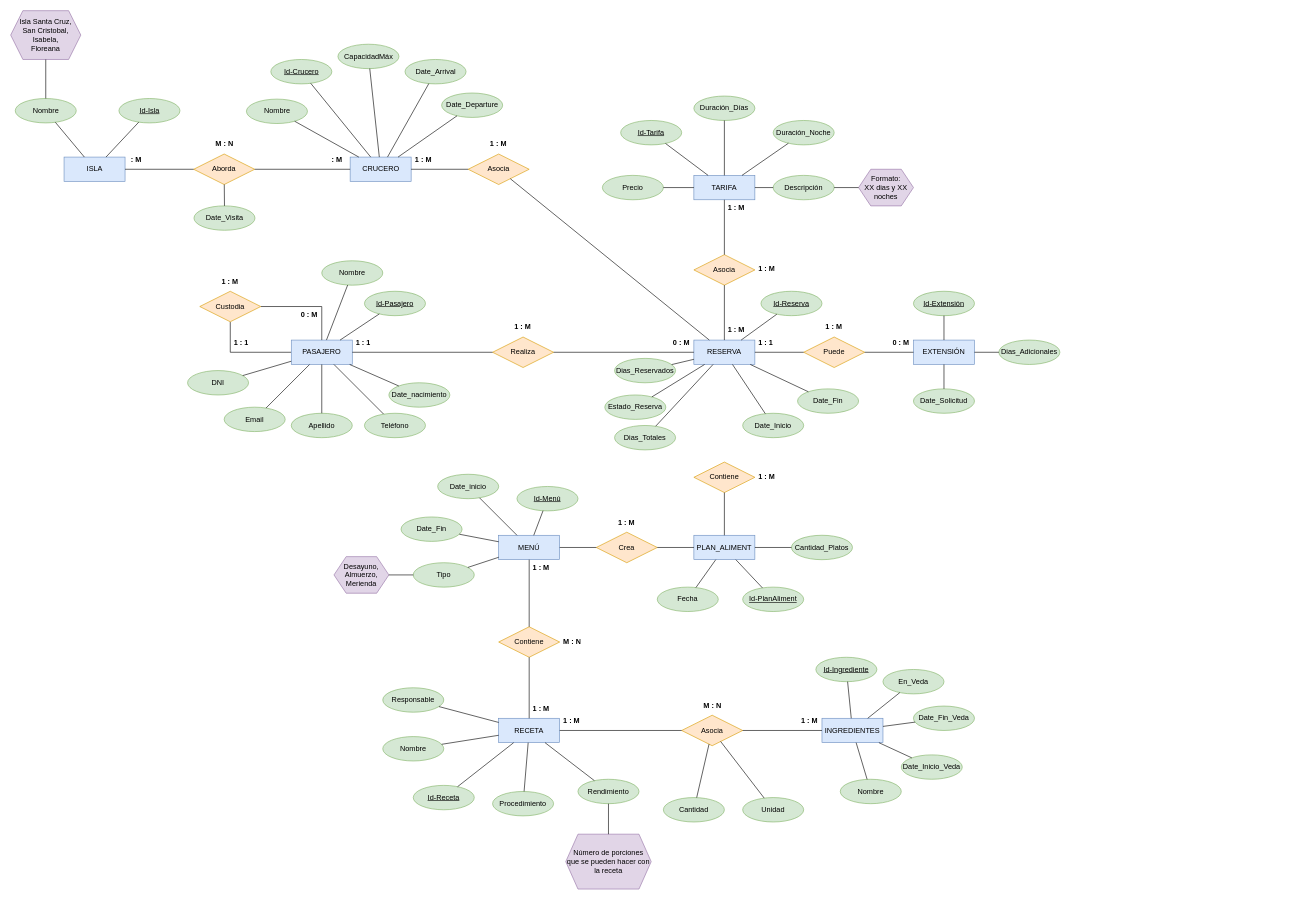
Before: Progreso_2/Consigna_P1_Correcion_V2.drawio in AngelDavidStudios/Diagramas_BdD_1, a draw.io diagram. Source tidied: cells renumbered, new cells numbered last; positions are measured from the earlier drawing's top-left corner, leaving out a move shared by most shapes. Both pictures are drawn from the tidied source at 61%, with x=0, y=0 at pixel (10, 10).
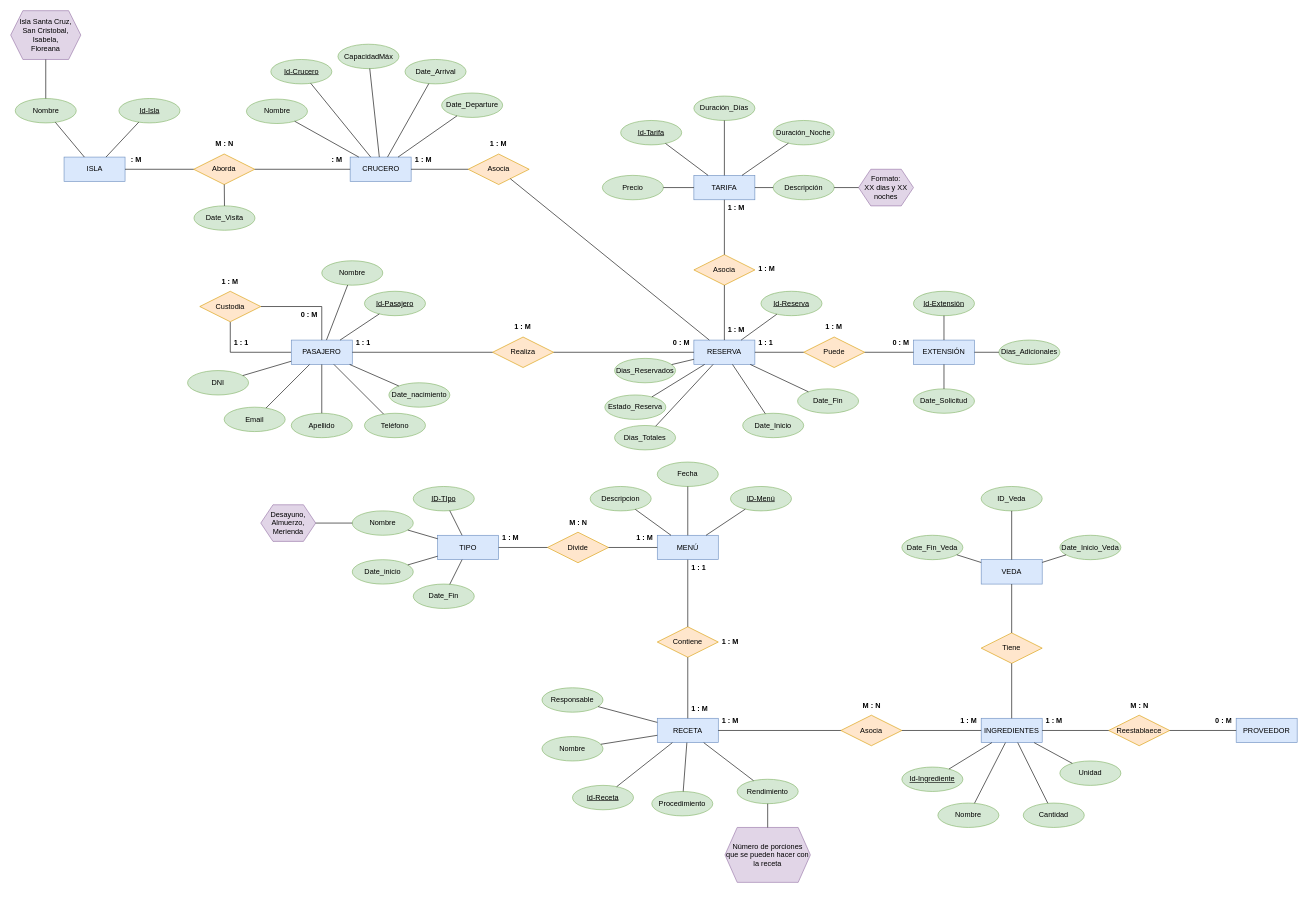
Above is the later version.

Change to the diagram source:
```diff
@@
-    <mxCell id="19" value="Contiene" style="shape=rhombus;perimeter=rhombusPerimeter;whiteSpace=wrap;html=1;align=center;fillColor=#ffe6cc;strokeColor=#d79b00;" parent="1" vertex="1">
-      <mxGeometry x="1120" y="740" width="100" height="50" as="geometry" />
-    </mxCell>
-    <mxCell id="20" value="PLAN_ALIMENT" style="whiteSpace=wrap;html=1;align=center;fillColor=#dae8fc;strokeColor=#6c8ebf;" parent="1" vertex="1">
-      <mxGeometry x="1120" y="860" width="100" height="40" as="geometry" />
-    </mxCell>
-    <mxCell id="21" style="endArrow=none;html=1;rounded=0;" parent="1" edge="1" source="19" target="20">
-      <mxGeometry relative="1" as="geometry" />
-    </mxCell>
-    <mxCell id="22" value="1 : M" style="text;strokeColor=none;fillColor=none;spacingLeft=4;spacingRight=4;overflow=hidden;fontSize=12;whiteSpace=wrap;html=1;fontStyle=1;" parent="1" vertex="1">
-      <mxGeometry x="1220" y="750" width="40" height="30" as="geometry" />
-    </mxCell>
     <mxCell id="23" value="MENÚ" style="whiteSpace=wrap;html=1;align=center;fillColor=#dae8fc;strokeColor=#6c8ebf;" parent="1" vertex="1">
-      <mxGeometry x="800" y="860" width="100" height="40" as="geometry" />
+      <mxGeometry x="1060" y="860" width="100" height="40" as="geometry" />
     </mxCell>
-    <mxCell id="24" value="Crea" style="shape=rhombus;perimeter=rhombusPerimeter;whiteSpace=wrap;html=1;align=center;fillColor=#ffe6cc;strokeColor=#d79b00;" parent="1" vertex="1">
-      <mxGeometry x="960" y="855" width="100" height="50" as="geometry" />
-    </mxCell>
-    <mxCell id="25" style="endArrow=none;html=1;rounded=0;" parent="1" edge="1" source="23" target="24">
-      <mxGeometry relative="1" as="geometry" />
-    </mxCell>
-    <mxCell id="26" style="endArrow=none;html=1;rounded=0;" parent="1" edge="1" source="24" target="20">
-      <mxGeometry relative="1" as="geometry" />
-    </mxCell>
-    <mxCell id="27" value="1 : M" style="text;strokeColor=none;fillColor=none;spacingLeft=4;spacingRight=4;overflow=hidden;fontSize=12;whiteSpace=wrap;html=1;fontStyle=1;" parent="1" vertex="1">
-      <mxGeometry x="990" y="825" width="40" height="30" as="geometry" />
-    </mxCell>
-    <mxCell id="28" value="Date_inicio" style="ellipse;whiteSpace=wrap;html=1;align=center;fillColor=#d5e8d4;strokeColor=#82b366;" parent="1" vertex="1">
-      <mxGeometry x="700" y="760" width="100" height="40" as="geometry" />
+    <mxCell id="28" value="Fecha" style="ellipse;whiteSpace=wrap;html=1;align=center;fillColor=#d5e8d4;strokeColor=#82b366;" parent="1" vertex="1">
+      <mxGeometry x="1060" y="740" width="100" height="40" as="geometry" />
     </mxCell>
-    <mxCell id="29" value="Date_Fin" style="ellipse;whiteSpace=wrap;html=1;align=center;fillColor=#d5e8d4;strokeColor=#82b366;" parent="1" vertex="1">
-      <mxGeometry x="640" y="830" width="100" height="40" as="geometry" />
+    <mxCell id="29" value="Descripcion" style="ellipse;whiteSpace=wrap;html=1;align=center;fillColor=#d5e8d4;strokeColor=#82b366;" parent="1" vertex="1">
+      <mxGeometry x="950" y="780" width="100" height="40" as="geometry" />
     </mxCell>
-    <mxCell id="30" value="Id-Menú" style="ellipse;whiteSpace=wrap;html=1;align=center;fontStyle=4;fillColor=#d5e8d4;strokeColor=#82b366;" parent="1" vertex="1">
-      <mxGeometry x="830" y="780" width="100" height="40" as="geometry" />
+    <mxCell id="30" value="ID-Menú" style="ellipse;whiteSpace=wrap;html=1;align=center;fontStyle=4;fillColor=#d5e8d4;strokeColor=#82b366;" parent="1" vertex="1">
+      <mxGeometry x="1180" y="780" width="100" height="40" as="geometry" />
     </mxCell>
@@
-    <mxCell id="34" value="Tipo" style="ellipse;whiteSpace=wrap;html=1;align=center;fillColor=#d5e8d4;strokeColor=#82b366;" parent="1" vertex="1">
-      <mxGeometry x="660" y="905" width="100" height="40" as="geometry" />
-    </mxCell>
-    <mxCell id="35" style="endArrow=none;html=1;rounded=0;" parent="1" edge="1" source="34" target="23">
-      <mxGeometry relative="1" as="geometry" />
-    </mxCell>
     <mxCell id="36" value="Desayuno,&lt;div&gt;Almuerzo,&lt;/div&gt;&lt;div&gt;Merienda&lt;/div&gt;" style="shape=hexagon;perimeter=hexagonPerimeter2;whiteSpace=wrap;html=1;fixedSize=1;fillColor=#e1d5e7;strokeColor=#9673a6;" parent="1" vertex="1">
-      <mxGeometry x="530" y="895" width="90" height="60" as="geometry" />
+      <mxGeometry x="410" y="810" width="90" height="60" as="geometry" />
     </mxCell>
-    <mxCell id="37" style="endArrow=none;html=1;rounded=0;" parent="1" edge="1" source="36" target="34">
-      <mxGeometry relative="1" as="geometry" />
-    </mxCell>
-    <mxCell id="38" value="Id-PlanAliment" style="ellipse;whiteSpace=wrap;html=1;align=center;fontStyle=4;fillColor=#d5e8d4;strokeColor=#82b366;" parent="1" vertex="1">
-      <mxGeometry x="1200" y="945" width="100" height="40" as="geometry" />
-    </mxCell>
-    <mxCell id="39" value="Fecha" style="ellipse;whiteSpace=wrap;html=1;align=center;fillColor=#d5e8d4;strokeColor=#82b366;" parent="1" vertex="1">
-      <mxGeometry x="1060" y="945" width="100" height="40" as="geometry" />
-    </mxCell>
-    <mxCell id="40" style="endArrow=none;html=1;rounded=0;" parent="1" edge="1" source="39" target="20">
-      <mxGeometry relative="1" as="geometry" />
-    </mxCell>
-    <mxCell id="41" style="endArrow=none;html=1;rounded=0;" parent="1" edge="1" source="20" target="38">
-      <mxGeometry relative="1" as="geometry" />
-    </mxCell>
@@
-    <mxCell id="81" value="Cantidad_Platos" style="ellipse;whiteSpace=wrap;html=1;align=center;fillColor=#d5e8d4;strokeColor=#82b366;" parent="1" vertex="1">
-      <mxGeometry x="1280" y="860" width="100" height="40" as="geometry" />
-    </mxCell>
-    <mxCell id="82" style="endArrow=none;html=1;rounded=0;" parent="1" edge="1" source="20" target="81">
-      <mxGeometry relative="1" as="geometry" />
-    </mxCell>
     <mxCell id="83" value="Contiene" style="shape=rhombus;perimeter=rhombusPerimeter;whiteSpace=wrap;html=1;align=center;fillColor=#ffe6cc;strokeColor=#d79b00;" parent="1" vertex="1">
-      <mxGeometry x="800" y="1010" width="100" height="50" as="geometry" />
+      <mxGeometry x="1060" y="1010" width="100" height="50" as="geometry" />
     </mxCell>
     <mxCell id="84" value="RECETA" style="whiteSpace=wrap;html=1;align=center;fillColor=#dae8fc;strokeColor=#6c8ebf;" parent="1" vertex="1">
-      <mxGeometry x="800" y="1160" width="100" height="40" as="geometry" />
+      <mxGeometry x="1060" y="1160" width="100" height="40" as="geometry" />
     </mxCell>
-    <mxCell id="85" value="M : N" style="text;strokeColor=none;fillColor=none;spacingLeft=4;spacingRight=4;overflow=hidden;fontSize=12;whiteSpace=wrap;html=1;fontStyle=1;" parent="1" vertex="1">
-      <mxGeometry x="900" y="1020" width="40" height="30" as="geometry" />
-    </mxCell>
-    <mxCell id="86" style="endArrow=none;html=1;rounded=0;" parent="1" edge="1" source="23" target="83">
-      <mxGeometry relative="1" as="geometry" />
-    </mxCell>
@@
     <mxCell id="88" value="Id-Receta" style="ellipse;whiteSpace=wrap;html=1;align=center;fontStyle=4;fillColor=#d5e8d4;strokeColor=#82b366;" parent="1" vertex="1">
-      <mxGeometry x="660" y="1270" width="100" height="40" as="geometry" />
+      <mxGeometry x="921" y="1270" width="100" height="40" as="geometry" />
     </mxCell>
     <mxCell id="89" value="Responsable" style="ellipse;whiteSpace=wrap;html=1;align=center;fillColor=#d5e8d4;strokeColor=#82b366;" parent="1" vertex="1">
-      <mxGeometry x="610" y="1110" width="100" height="40" as="geometry" />
+      <mxGeometry x="871" y="1110" width="100" height="40" as="geometry" />
     </mxCell>
     <mxCell id="90" value="Nombre" style="ellipse;whiteSpace=wrap;html=1;align=center;fillColor=#d5e8d4;strokeColor=#82b366;" parent="1" vertex="1">
-      <mxGeometry x="610" y="1190" width="100" height="40" as="geometry" />
+      <mxGeometry x="871" y="1190" width="100" height="40" as="geometry" />
     </mxCell>
     <mxCell id="91" value="Procedimiento" style="ellipse;whiteSpace=wrap;html=1;align=center;fillColor=#d5e8d4;strokeColor=#82b366;" parent="1" vertex="1">
-      <mxGeometry x="790" y="1280" width="100" height="40" as="geometry" />
+      <mxGeometry x="1051" y="1280" width="100" height="40" as="geometry" />
     </mxCell>
     <mxCell id="92" value="Rendimiento" style="ellipse;whiteSpace=wrap;html=1;align=center;fillColor=#d5e8d4;strokeColor=#82b366;" parent="1" vertex="1">
-      <mxGeometry x="930" y="1260" width="100" height="40" as="geometry" />
+      <mxGeometry x="1191" y="1260" width="100" height="40" as="geometry" />
     </mxCell>
@@
     <mxCell id="98" value="Número de porciones que se pueden hacer con la receta" style="shape=hexagon;perimeter=hexagonPerimeter2;whiteSpace=wrap;html=1;fixedSize=1;fillColor=#e1d5e7;strokeColor=#9673a6;" parent="1" vertex="1">
-      <mxGeometry x="910" y="1350" width="140" height="90" as="geometry" />
+      <mxGeometry x="1171" y="1339" width="140" height="90" as="geometry" />
     </mxCell>
@@
     <mxCell id="100" value="Asocia" style="shape=rhombus;perimeter=rhombusPerimeter;whiteSpace=wrap;html=1;align=center;fillColor=#ffe6cc;strokeColor=#d79b00;" parent="1" vertex="1">
-      <mxGeometry x="1100" y="1155" width="100" height="50" as="geometry" />
+      <mxGeometry x="1361" y="1155" width="100" height="50" as="geometry" />
     </mxCell>
@@
     <mxCell id="102" value="INGREDIENTES" style="whiteSpace=wrap;html=1;align=center;fillColor=#dae8fc;strokeColor=#6c8ebf;" parent="1" vertex="1">
-      <mxGeometry x="1330" y="1160" width="100" height="40" as="geometry" />
+      <mxGeometry x="1591" y="1160" width="100" height="40" as="geometry" />
     </mxCell>
@@
     <mxCell id="104" value="M : N" style="text;strokeColor=none;fillColor=none;spacingLeft=4;spacingRight=4;overflow=hidden;fontSize=12;whiteSpace=wrap;html=1;fontStyle=1;" parent="1" vertex="1">
-      <mxGeometry x="1130" y="1125" width="40" height="30" as="geometry" />
+      <mxGeometry x="1391" y="1125" width="40" height="30" as="geometry" />
     </mxCell>
     <mxCell id="105" value="Cantidad" style="ellipse;whiteSpace=wrap;html=1;align=center;fillColor=#d5e8d4;strokeColor=#82b366;" parent="1" vertex="1">
-      <mxGeometry x="1070" y="1290" width="100" height="40" as="geometry" />
+      <mxGeometry x="1660" y="1299" width="100" height="40" as="geometry" />
     </mxCell>
     <mxCell id="106" value="Unidad" style="ellipse;whiteSpace=wrap;html=1;align=center;fillColor=#d5e8d4;strokeColor=#82b366;" parent="1" vertex="1">
-      <mxGeometry x="1200" y="1290" width="100" height="40" as="geometry" />
+      <mxGeometry x="1720" y="1230" width="100" height="40" as="geometry" />
     </mxCell>
-    <mxCell id="107" style="endArrow=none;html=1;rounded=0;" parent="1" edge="1" source="100" target="105">
-      <mxGeometry relative="1" as="geometry" />
-    </mxCell>
-    <mxCell id="108" style="endArrow=none;html=1;rounded=0;" parent="1" edge="1" source="100" target="106">
-      <mxGeometry relative="1" as="geometry" />
-    </mxCell>
     <mxCell id="109" value="Id-Ingrediente" style="ellipse;whiteSpace=wrap;html=1;align=center;fontStyle=4;fillColor=#d5e8d4;strokeColor=#82b366;" parent="1" vertex="1">
-      <mxGeometry x="1320" y="1060" width="100" height="40" as="geometry" />
+      <mxGeometry x="1461" y="1240" width="100" height="40" as="geometry" />
     </mxCell>
     <mxCell id="110" value="Nombre" style="ellipse;whiteSpace=wrap;html=1;align=center;fillColor=#d5e8d4;strokeColor=#82b366;" parent="1" vertex="1">
-      <mxGeometry x="1360" y="1260" width="100" height="40" as="geometry" />
+      <mxGeometry x="1520" y="1299" width="100" height="40" as="geometry" />
     </mxCell>
-    <mxCell id="111" value="En_Veda" style="ellipse;whiteSpace=wrap;html=1;align=center;fillColor=#d5e8d4;strokeColor=#82b366;" parent="1" vertex="1">
-      <mxGeometry x="1430" y="1080" width="100" height="40" as="geometry" />
-    </mxCell>
-    <mxCell id="112" value="Date_Inicio_Veda" style="ellipse;whiteSpace=wrap;html=1;align=center;fillColor=#d5e8d4;strokeColor=#82b366;" parent="1" vertex="1">
-      <mxGeometry x="1460" y="1220" width="100" height="40" as="geometry" />
-    </mxCell>
-    <mxCell id="113" value="Date_Fin_Veda" style="ellipse;whiteSpace=wrap;html=1;align=center;fillColor=#d5e8d4;strokeColor=#82b366;" parent="1" vertex="1">
-      <mxGeometry x="1480" y="1140" width="100" height="40" as="geometry" />
-    </mxCell>
@@
-    <mxCell id="116" style="endArrow=none;html=1;rounded=0;" parent="1" edge="1" source="102" target="111">
-      <mxGeometry relative="1" as="geometry" />
-    </mxCell>
-    <mxCell id="117" style="endArrow=none;html=1;rounded=0;" parent="1" edge="1" source="102" target="112">
-      <mxGeometry relative="1" as="geometry" />
-    </mxCell>
-    <mxCell id="118" style="endArrow=none;html=1;rounded=0;" parent="1" edge="1" source="102" target="113">
-      <mxGeometry relative="1" as="geometry" />
-    </mxCell>
@@
     <mxCell id="143" value="1 : M" style="text;strokeColor=none;fillColor=none;spacingLeft=4;spacingRight=4;overflow=hidden;fontSize=12;whiteSpace=wrap;html=1;fontStyle=1;" parent="1" vertex="1">
-      <mxGeometry x="1290" y="1150" width="40" height="30" as="geometry" />
+      <mxGeometry x="1551" y="1150" width="40" height="30" as="geometry" />
     </mxCell>
     <mxCell id="144" value="1 : M" style="text;strokeColor=none;fillColor=none;spacingLeft=4;spacingRight=4;overflow=hidden;fontSize=12;whiteSpace=wrap;html=1;fontStyle=1;" parent="1" vertex="1">
-      <mxGeometry x="900" y="1150" width="40" height="30" as="geometry" />
+      <mxGeometry x="1160" y="1150" width="40" height="30" as="geometry" />
     </mxCell>
     <mxCell id="145" value="1 : M" style="text;strokeColor=none;fillColor=none;spacingLeft=4;spacingRight=4;overflow=hidden;fontSize=12;whiteSpace=wrap;html=1;fontStyle=1;" parent="1" vertex="1">
-      <mxGeometry x="850" y="1130" width="40" height="30" as="geometry" />
+      <mxGeometry x="1110" y="1130" width="40" height="30" as="geometry" />
     </mxCell>
-    <mxCell id="146" value="1 : M" style="text;strokeColor=none;fillColor=none;spacingLeft=4;spacingRight=4;overflow=hidden;fontSize=12;whiteSpace=wrap;html=1;fontStyle=1;" parent="1" vertex="1">
-      <mxGeometry x="850" y="900" width="40" height="30" as="geometry" />
-    </mxCell>
@@
+    <mxCell id="170" value="TIPO" style="whiteSpace=wrap;html=1;align=center;fillColor=#dae8fc;strokeColor=#6c8ebf;" parent="1" vertex="1">
+      <mxGeometry x="700" y="860" width="100" height="40" as="geometry" />
+    </mxCell>
+    <mxCell id="171" value="PROVEEDOR" style="whiteSpace=wrap;html=1;align=center;fillColor=#dae8fc;strokeColor=#6c8ebf;" parent="1" vertex="1">
+      <mxGeometry x="2009" y="1160" width="100" height="40" as="geometry" />
+    </mxCell>
+    <mxCell id="172" value="VEDA" style="whiteSpace=wrap;html=1;align=center;fillColor=#dae8fc;strokeColor=#6c8ebf;" parent="1" vertex="1">
+      <mxGeometry x="1591" y="900" width="100" height="40" as="geometry" />
+    </mxCell>
+    <mxCell id="173" value="Divide" style="shape=rhombus;perimeter=rhombusPerimeter;whiteSpace=wrap;html=1;align=center;fillColor=#ffe6cc;strokeColor=#d79b00;" parent="1" vertex="1">
+      <mxGeometry x="880" y="855" width="100" height="50" as="geometry" />
+    </mxCell>
+    <mxCell id="174" style="endArrow=none;html=1;rounded=0;" parent="1" edge="1" source="173" target="23">
+      <mxGeometry relative="1" as="geometry" />
+    </mxCell>
+    <mxCell id="175" style="endArrow=none;html=1;rounded=0;" parent="1" edge="1" source="170" target="173">
+      <mxGeometry relative="1" as="geometry" />
+    </mxCell>
+    <mxCell id="176" value="Nombre" style="ellipse;whiteSpace=wrap;html=1;align=center;fillColor=#d5e8d4;strokeColor=#82b366;" parent="1" vertex="1">
+      <mxGeometry x="560" y="820" width="100" height="40" as="geometry" />
+    </mxCell>
+    <mxCell id="177" value="ID-TIpo" style="ellipse;whiteSpace=wrap;html=1;align=center;fontStyle=4;fillColor=#d5e8d4;strokeColor=#82b366;" parent="1" vertex="1">
+      <mxGeometry x="660" y="780" width="100" height="40" as="geometry" />
+    </mxCell>
+    <mxCell id="178" value="Date_inicio" style="ellipse;whiteSpace=wrap;html=1;align=center;fillColor=#d5e8d4;strokeColor=#82b366;" parent="1" vertex="1">
+      <mxGeometry x="560" y="900" width="100" height="40" as="geometry" />
+    </mxCell>
+    <mxCell id="179" value="Date_Fin" style="ellipse;whiteSpace=wrap;html=1;align=center;fillColor=#d5e8d4;strokeColor=#82b366;" parent="1" vertex="1">
+      <mxGeometry x="660" y="940" width="100" height="40" as="geometry" />
+    </mxCell>
+    <mxCell id="180" style="endArrow=none;html=1;rounded=0;" parent="1" edge="1" source="177" target="170">
+      <mxGeometry relative="1" as="geometry" />
+    </mxCell>
+    <mxCell id="181" value="M : N" style="text;strokeColor=none;fillColor=none;spacingLeft=4;spacingRight=4;overflow=hidden;fontSize=12;whiteSpace=wrap;html=1;fontStyle=1;" parent="1" vertex="1">
+      <mxGeometry x="910" y="825" width="40" height="30" as="geometry" />
+    </mxCell>
+    <mxCell id="182" value="1 : M" style="text;strokeColor=none;fillColor=none;spacingLeft=4;spacingRight=4;overflow=hidden;fontSize=12;whiteSpace=wrap;html=1;fontStyle=1;" parent="1" vertex="1">
+      <mxGeometry x="1020" y="850" width="40" height="30" as="geometry" />
+    </mxCell>
+    <mxCell id="183" value="1 : M" style="text;strokeColor=none;fillColor=none;spacingLeft=4;spacingRight=4;overflow=hidden;fontSize=12;whiteSpace=wrap;html=1;fontStyle=1;" parent="1" vertex="1">
+      <mxGeometry x="800" y="850" width="40" height="30" as="geometry" />
+    </mxCell>
+    <mxCell id="184" style="endArrow=none;html=1;rounded=0;" parent="1" edge="1" source="176" target="170">
+      <mxGeometry relative="1" as="geometry" />
+    </mxCell>
+    <mxCell id="185" style="endArrow=none;html=1;rounded=0;" parent="1" edge="1" source="36" target="176">
+      <mxGeometry relative="1" as="geometry" />
+    </mxCell>
+    <mxCell id="186" style="endArrow=none;html=1;rounded=0;" parent="1" edge="1" source="178" target="170">
+      <mxGeometry relative="1" as="geometry" />
+    </mxCell>
+    <mxCell id="187" style="endArrow=none;html=1;rounded=0;" parent="1" edge="1" source="170" target="179">
+      <mxGeometry relative="1" as="geometry" />
+    </mxCell>
+    <mxCell id="86" style="endArrow=none;html=1;rounded=0;" parent="1" edge="1" source="23" target="83">
+      <mxGeometry relative="1" as="geometry" />
+    </mxCell>
+    <mxCell id="188" value="1 : M" style="text;strokeColor=none;fillColor=none;spacingLeft=4;spacingRight=4;overflow=hidden;fontSize=12;whiteSpace=wrap;html=1;fontStyle=1;" parent="1" vertex="1">
+      <mxGeometry x="1160" y="1020" width="40" height="30" as="geometry" />
+    </mxCell>
+    <mxCell id="189" value="1 : 1" style="text;strokeColor=none;fillColor=none;spacingLeft=4;spacingRight=4;overflow=hidden;fontSize=12;whiteSpace=wrap;html=1;fontStyle=1;" parent="1" vertex="1">
+      <mxGeometry x="1110" y="900" width="40" height="30" as="geometry" />
+    </mxCell>
+    <mxCell id="112" value="Date_Inicio_Veda" style="ellipse;whiteSpace=wrap;html=1;align=center;fillColor=#d5e8d4;strokeColor=#82b366;" parent="1" vertex="1">
+      <mxGeometry x="1720" y="860" width="100" height="40" as="geometry" />
+    </mxCell>
+    <mxCell id="113" value="Date_Fin_Veda" style="ellipse;whiteSpace=wrap;html=1;align=center;fillColor=#d5e8d4;strokeColor=#82b366;" parent="1" vertex="1">
+      <mxGeometry x="1461" y="860" width="100" height="40" as="geometry" />
+    </mxCell>
+    <mxCell id="190" style="endArrow=none;html=1;rounded=0;" parent="1" edge="1" source="102" target="106">
+      <mxGeometry relative="1" as="geometry" />
+    </mxCell>
+    <mxCell id="191" style="endArrow=none;html=1;rounded=0;" parent="1" edge="1" source="102" target="105">
+      <mxGeometry relative="1" as="geometry" />
+    </mxCell>
+    <mxCell id="192" value="Tiene" style="shape=rhombus;perimeter=rhombusPerimeter;whiteSpace=wrap;html=1;align=center;fillColor=#ffe6cc;strokeColor=#d79b00;" parent="1" vertex="1">
+      <mxGeometry x="1591" y="1020" width="100" height="50" as="geometry" />
+    </mxCell>
+    <mxCell id="193" value="Reestablaece" style="shape=rhombus;perimeter=rhombusPerimeter;whiteSpace=wrap;html=1;align=center;fillColor=#ffe6cc;strokeColor=#d79b00;" parent="1" vertex="1">
+      <mxGeometry x="1800" y="1155" width="100" height="50" as="geometry" />
+    </mxCell>
+    <mxCell id="194" style="endArrow=none;html=1;rounded=0;" parent="1" edge="1" source="102" target="192">
+      <mxGeometry relative="1" as="geometry" />
+    </mxCell>
+    <mxCell id="195" style="endArrow=none;html=1;rounded=0;" parent="1" edge="1" source="102" target="193">
+      <mxGeometry relative="1" as="geometry" />
+    </mxCell>
+    <mxCell id="196" style="endArrow=none;html=1;rounded=0;" parent="1" edge="1" source="193" target="171">
+      <mxGeometry relative="1" as="geometry" />
+    </mxCell>
+    <mxCell id="197" style="endArrow=none;html=1;rounded=0;" parent="1" edge="1" source="192" target="172">
+      <mxGeometry relative="1" as="geometry" />
+    </mxCell>
+    <mxCell id="198" value="ID_Veda" style="ellipse;whiteSpace=wrap;html=1;align=center;fillColor=#d5e8d4;strokeColor=#82b366;" parent="1" vertex="1">
+      <mxGeometry x="1591" y="780" width="100" height="40" as="geometry" />
+    </mxCell>
+    <mxCell id="199" style="endArrow=none;html=1;rounded=0;" parent="1" edge="1" source="113" target="172">
+      <mxGeometry relative="1" as="geometry" />
+    </mxCell>
+    <mxCell id="200" style="endArrow=none;html=1;rounded=0;" parent="1" edge="1" source="198" target="172">
+      <mxGeometry relative="1" as="geometry" />
+    </mxCell>
+    <mxCell id="201" style="endArrow=none;html=1;rounded=0;" parent="1" edge="1" source="112" target="172">
+      <mxGeometry relative="1" as="geometry" />
+    </mxCell>
+    <mxCell id="202" value="M : N" style="text;strokeColor=none;fillColor=none;spacingLeft=4;spacingRight=4;overflow=hidden;fontSize=12;whiteSpace=wrap;html=1;fontStyle=1;" parent="1" vertex="1">
+      <mxGeometry x="1830" y="1125" width="40" height="30" as="geometry" />
+    </mxCell>
+    <mxCell id="203" value="0 : M" style="text;strokeColor=none;fillColor=none;spacingLeft=4;spacingRight=4;overflow=hidden;fontSize=12;whiteSpace=wrap;html=1;fontStyle=1;" parent="1" vertex="1">
+      <mxGeometry x="1969" y="1150" width="40" height="30" as="geometry" />
+    </mxCell>
+    <mxCell id="204" value="1 : M" style="text;strokeColor=none;fillColor=none;spacingLeft=4;spacingRight=4;overflow=hidden;fontSize=12;whiteSpace=wrap;html=1;fontStyle=1;" parent="1" vertex="1">
+      <mxGeometry x="1691" y="1150" width="40" height="30" as="geometry" />
+    </mxCell>
```
